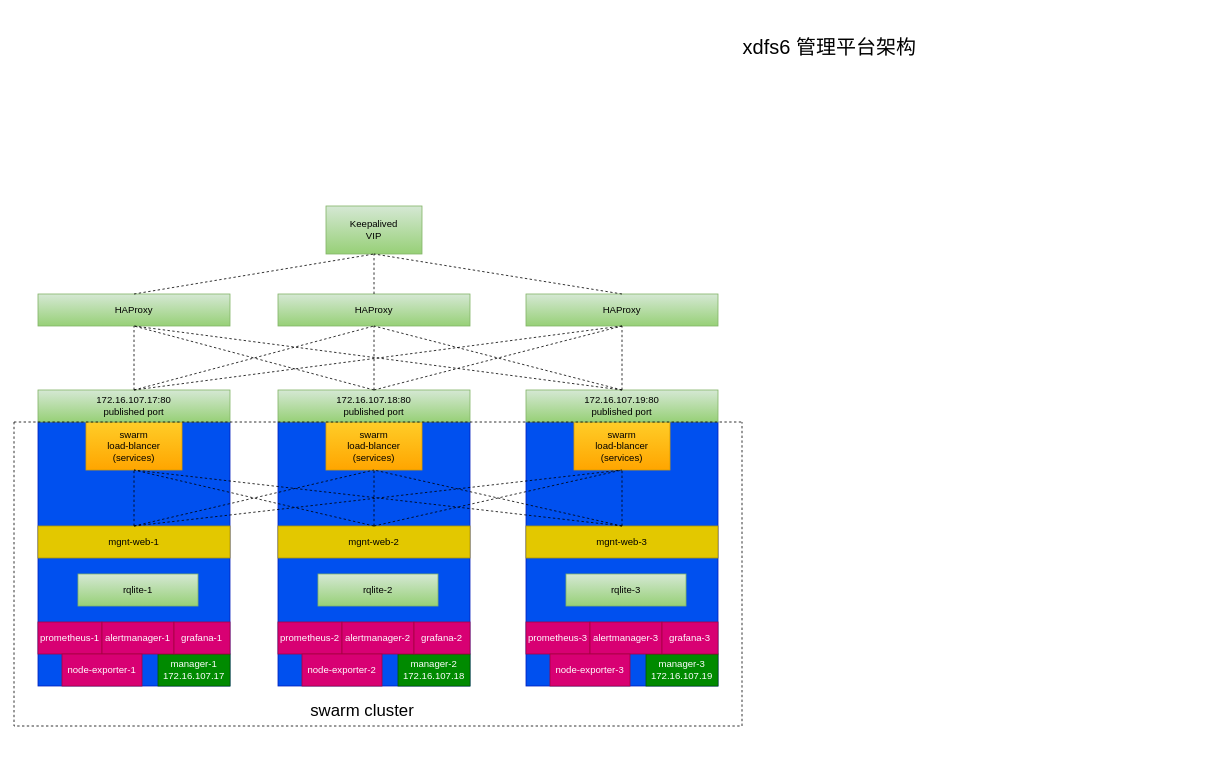
The draw.io diagram xdfs6架构.drawio in yihezhou/diagrams, before the edit. Source tidied: cells renumbered, new cells numbered last; positions are measured from the earlier drawing's top-left corner, leaving out a move shared by most shapes. Both pictures are drawn from the tidied source at 80%, with x=0, y=0 at pixel (14, 30).
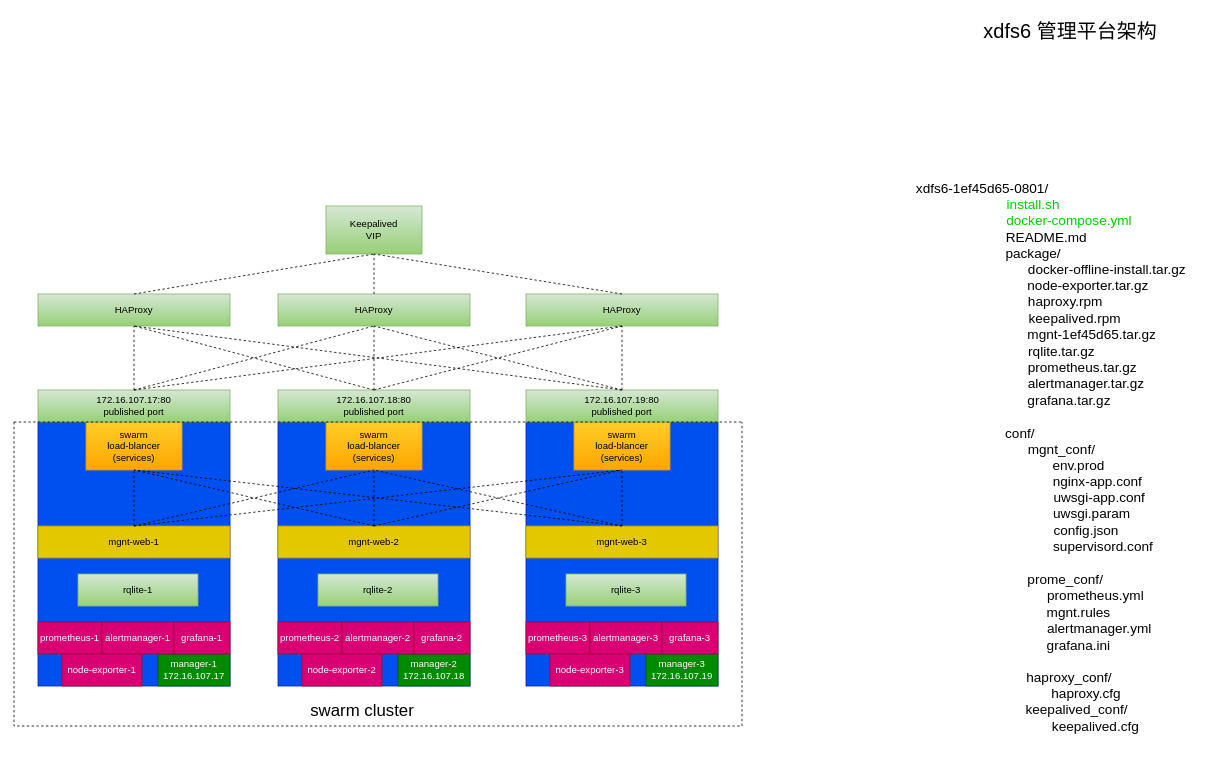
The same diagram, later.

The edit, as a diff of the source:
```diff
@@
     <mxCell id="2" value="xdfs6 管理平台架构" style="text;html=1;align=center;verticalAlign=middle;strokeColor=none;fillColor=none;fontSize=25;" parent="1" vertex="1">
-      <mxGeometry x="899" width="240" height="40" as="geometry" />
+      <mxGeometry x="1200" y="-20" width="240" height="40" as="geometry" />
     </mxCell>
@@
+    <mxCell id="60" value="xdfs6-1ef45d65-0801/&lt;br style=&quot;font-size: 17px;&quot;&gt;&amp;nbsp; &amp;nbsp; &amp;nbsp; &amp;nbsp; &amp;nbsp; &amp;nbsp; &amp;nbsp; &amp;nbsp; &amp;nbsp; &amp;nbsp; &amp;nbsp; &amp;nbsp; &amp;nbsp; &lt;font color=&quot;#00cc00&quot; style=&quot;font-size: 17px;&quot;&gt;&amp;nbsp;install.sh&lt;br style=&quot;font-size: 17px;&quot;&gt;&amp;nbsp; &amp;nbsp; &amp;nbsp; &amp;nbsp; &amp;nbsp; &amp;nbsp; &amp;nbsp; &amp;nbsp; &amp;nbsp; &amp;nbsp; &amp;nbsp; &amp;nbsp; &amp;nbsp; &amp;nbsp; &amp;nbsp; &amp;nbsp; &amp;nbsp; &amp;nbsp; &amp;nbsp; &amp;nbsp; &amp;nbsp; &amp;nbsp; &amp;nbsp; docker-compose.yml&lt;br&gt;&lt;/font&gt;&amp;nbsp; &amp;nbsp; &amp;nbsp; &amp;nbsp; &amp;nbsp; &amp;nbsp; &amp;nbsp; &amp;nbsp; &amp;nbsp; &amp;nbsp; &amp;nbsp; &amp;nbsp; &amp;nbsp; &amp;nbsp; &amp;nbsp; &amp;nbsp; &amp;nbsp; README.md&lt;br style=&quot;font-size: 17px;&quot;&gt;&amp;nbsp; &amp;nbsp; &amp;nbsp; &amp;nbsp; &amp;nbsp; &amp;nbsp; &amp;nbsp; &amp;nbsp; &amp;nbsp; &amp;nbsp; &amp;nbsp; &amp;nbsp; &amp;nbsp; &amp;nbsp;package/&lt;br style=&quot;font-size: 17px;&quot;&gt;&amp;nbsp; &amp;nbsp; &amp;nbsp; &amp;nbsp; &amp;nbsp; &amp;nbsp; &amp;nbsp; &amp;nbsp; &amp;nbsp; &amp;nbsp; &amp;nbsp; &amp;nbsp; &amp;nbsp; &amp;nbsp; &amp;nbsp; &amp;nbsp; &amp;nbsp; &amp;nbsp; &amp;nbsp; &amp;nbsp; &amp;nbsp; &amp;nbsp; &amp;nbsp; &amp;nbsp; &amp;nbsp; &amp;nbsp; &amp;nbsp; &amp;nbsp; &amp;nbsp; &amp;nbsp; &amp;nbsp; &amp;nbsp; &amp;nbsp; docker-offline-install.tar.gz&lt;br style=&quot;font-size: 17px;&quot;&gt;&amp;nbsp; &amp;nbsp; &amp;nbsp; &amp;nbsp; &amp;nbsp; &amp;nbsp; &amp;nbsp; &amp;nbsp; &amp;nbsp; &amp;nbsp; &amp;nbsp; &amp;nbsp; &amp;nbsp; &amp;nbsp; &amp;nbsp; &amp;nbsp; &amp;nbsp; &amp;nbsp; &amp;nbsp; &amp;nbsp; &amp;nbsp; &amp;nbsp; &amp;nbsp; &amp;nbsp; &amp;nbsp; &amp;nbsp; &amp;nbsp; &amp;nbsp; node-exporter.tar.gz&lt;br style=&quot;font-size: 17px;&quot;&gt;&amp;nbsp; &amp;nbsp; &amp;nbsp; &amp;nbsp; &amp;nbsp; &amp;nbsp; &amp;nbsp; &amp;nbsp; &amp;nbsp; &amp;nbsp; &amp;nbsp; &amp;nbsp; &amp;nbsp; &amp;nbsp; &amp;nbsp; &amp;nbsp; &amp;nbsp; &amp;nbsp; &amp;nbsp; &amp;nbsp; &amp;nbsp; &amp;nbsp; haproxy.rpm&lt;br style=&quot;font-size: 17px;&quot;&gt;&amp;nbsp; &amp;nbsp; &amp;nbsp; &amp;nbsp; &amp;nbsp; &amp;nbsp; &amp;nbsp; &amp;nbsp; &amp;nbsp; &amp;nbsp; &amp;nbsp; &amp;nbsp; &amp;nbsp; &amp;nbsp; &amp;nbsp; &amp;nbsp; &amp;nbsp; &amp;nbsp; &amp;nbsp; &amp;nbsp; &amp;nbsp; &amp;nbsp; &amp;nbsp; &amp;nbsp; &amp;nbsp;keepalived.rpm&lt;br style=&quot;font-size: 17px;&quot;&gt;&amp;nbsp; &amp;nbsp; &amp;nbsp; &amp;nbsp; &amp;nbsp; &amp;nbsp; &amp;nbsp; &amp;nbsp; &amp;nbsp; &amp;nbsp; &amp;nbsp; &amp;nbsp; &amp;nbsp; &amp;nbsp; &amp;nbsp; &amp;nbsp; &amp;nbsp; &amp;nbsp; &amp;nbsp; &amp;nbsp; &amp;nbsp; &amp;nbsp; &amp;nbsp; &amp;nbsp; &amp;nbsp; &amp;nbsp; &amp;nbsp; &amp;nbsp; &amp;nbsp; mgnt-1ef45d65.tar.gz&lt;br style=&quot;font-size: 17px;&quot;&gt;&amp;nbsp; &amp;nbsp; &amp;nbsp; &amp;nbsp; &amp;nbsp; &amp;nbsp; &amp;nbsp; &amp;nbsp; &amp;nbsp; &amp;nbsp; &amp;nbsp; &amp;nbsp; &amp;nbsp; &amp;nbsp; &amp;nbsp; &amp;nbsp; &amp;nbsp; &amp;nbsp; &amp;nbsp; &amp;nbsp; &amp;nbsp; rqlite.tar.gz&lt;br style=&quot;font-size: 17px;&quot;&gt;&amp;nbsp; &amp;nbsp; &amp;nbsp; &amp;nbsp; &amp;nbsp; &amp;nbsp; &amp;nbsp; &amp;nbsp; &amp;nbsp; &amp;nbsp; &amp;nbsp; &amp;nbsp; &amp;nbsp; &amp;nbsp; &amp;nbsp; &amp;nbsp; &amp;nbsp; &amp;nbsp; &amp;nbsp; &amp;nbsp; &amp;nbsp; &amp;nbsp; &amp;nbsp; &amp;nbsp; &amp;nbsp; &amp;nbsp; &amp;nbsp;prometheus.tar.gz&lt;br style=&quot;font-size: 17px;&quot;&gt;&amp;nbsp; &amp;nbsp; &amp;nbsp; &amp;nbsp; &amp;nbsp; &amp;nbsp; &amp;nbsp; &amp;nbsp; &amp;nbsp; &amp;nbsp; &amp;nbsp; &amp;nbsp; &amp;nbsp; &amp;nbsp; &amp;nbsp; &amp;nbsp; &amp;nbsp; &amp;nbsp; &amp;nbsp; &amp;nbsp; &amp;nbsp; &amp;nbsp; &amp;nbsp; &amp;nbsp; &amp;nbsp; &amp;nbsp; &amp;nbsp; &amp;nbsp;alertmanager.tar.gz&lt;br style=&quot;font-size: 17px;&quot;&gt;&amp;nbsp; &amp;nbsp; &amp;nbsp; &amp;nbsp; &amp;nbsp; &amp;nbsp; &amp;nbsp; &amp;nbsp; &amp;nbsp; &amp;nbsp; &amp;nbsp; &amp;nbsp; &amp;nbsp; &amp;nbsp; &amp;nbsp; &amp;nbsp; &amp;nbsp; &amp;nbsp; &amp;nbsp; &amp;nbsp; &amp;nbsp; &amp;nbsp; &amp;nbsp; grafana.tar.gz&lt;br style=&quot;font-size: 17px;&quot;&gt;&amp;nbsp; &amp;nbsp; &amp;nbsp; &amp;nbsp; &amp;nbsp; &amp;nbsp; &amp;nbsp; &amp;nbsp; &amp;nbsp; &amp;nbsp; &amp;nbsp; &amp;nbsp;&amp;nbsp;&lt;br style=&quot;font-size: 17px;&quot;&gt;&amp;nbsp; &amp;nbsp; &amp;nbsp; &amp;nbsp; &amp;nbsp; &amp;nbsp; &amp;nbsp; &amp;nbsp; &amp;nbsp; &amp;nbsp; conf/&lt;br style=&quot;font-size: 17px;&quot;&gt;&amp;nbsp; &amp;nbsp; &amp;nbsp; &amp;nbsp; &amp;nbsp; &amp;nbsp; &amp;nbsp; &amp;nbsp; &amp;nbsp; &amp;nbsp; &amp;nbsp; &amp;nbsp; &amp;nbsp; &amp;nbsp; &amp;nbsp; &amp;nbsp; &amp;nbsp; &amp;nbsp; &amp;nbsp; &amp;nbsp; &amp;nbsp; mgnt_conf/&lt;br&gt;&amp;nbsp; &amp;nbsp; &amp;nbsp; &amp;nbsp; &amp;nbsp; &amp;nbsp; &amp;nbsp; &amp;nbsp; &amp;nbsp; &amp;nbsp; &amp;nbsp; &amp;nbsp; &amp;nbsp; &amp;nbsp; &amp;nbsp; &amp;nbsp; &amp;nbsp; &amp;nbsp; &amp;nbsp; &amp;nbsp; &amp;nbsp; &amp;nbsp; &amp;nbsp; &amp;nbsp; &amp;nbsp; &amp;nbsp;env.prod&lt;br style=&quot;font-size: 17px;&quot;&gt;&amp;nbsp; &amp;nbsp; &amp;nbsp; &amp;nbsp; &amp;nbsp; &amp;nbsp; &amp;nbsp; &amp;nbsp; &amp;nbsp; &amp;nbsp; &amp;nbsp; &amp;nbsp; &amp;nbsp; &amp;nbsp; &amp;nbsp; &amp;nbsp; &amp;nbsp; &amp;nbsp; &amp;nbsp; &amp;nbsp; &amp;nbsp; &amp;nbsp; &amp;nbsp; &amp;nbsp; &amp;nbsp; &amp;nbsp; &amp;nbsp; &amp;nbsp; &amp;nbsp; &amp;nbsp; &amp;nbsp;nginx-app.conf&lt;br style=&quot;font-size: 17px;&quot;&gt;&amp;nbsp; &amp;nbsp; &amp;nbsp; &amp;nbsp; &amp;nbsp; &amp;nbsp; &amp;nbsp; &amp;nbsp; &amp;nbsp; &amp;nbsp; &amp;nbsp; &amp;nbsp; &amp;nbsp; &amp;nbsp; &amp;nbsp; &amp;nbsp; &amp;nbsp; &amp;nbsp; &amp;nbsp; &amp;nbsp; &amp;nbsp; &amp;nbsp; &amp;nbsp; &amp;nbsp; &amp;nbsp; &amp;nbsp; &amp;nbsp; &amp;nbsp; &amp;nbsp; &amp;nbsp; &amp;nbsp; uwsgi-app.conf&lt;br style=&quot;font-size: 17px;&quot;&gt;&amp;nbsp; &amp;nbsp; &amp;nbsp; &amp;nbsp; &amp;nbsp; &amp;nbsp; &amp;nbsp; &amp;nbsp; &amp;nbsp; &amp;nbsp; &amp;nbsp; &amp;nbsp; &amp;nbsp; &amp;nbsp; &amp;nbsp; &amp;nbsp; &amp;nbsp; &amp;nbsp; &amp;nbsp; &amp;nbsp; &amp;nbsp; &amp;nbsp; &amp;nbsp; &amp;nbsp; &amp;nbsp; &amp;nbsp; &amp;nbsp; &amp;nbsp; &amp;nbsp; uwsgi.param&lt;br style=&quot;font-size: 17px;&quot;&gt;&amp;nbsp; &amp;nbsp; &amp;nbsp; &amp;nbsp; &amp;nbsp; &amp;nbsp; &amp;nbsp; &amp;nbsp; &amp;nbsp; &amp;nbsp; &amp;nbsp; &amp;nbsp; &amp;nbsp; &amp;nbsp; &amp;nbsp; &amp;nbsp; &amp;nbsp; &amp;nbsp; &amp;nbsp; &amp;nbsp; &amp;nbsp; &amp;nbsp; &amp;nbsp; &amp;nbsp; &amp;nbsp; &amp;nbsp; &amp;nbsp; &amp;nbsp;config.json&lt;br style=&quot;font-size: 17px;&quot;&gt;&amp;nbsp; &amp;nbsp; &amp;nbsp; &amp;nbsp; &amp;nbsp; &amp;nbsp; &amp;nbsp; &amp;nbsp; &amp;nbsp; &amp;nbsp; &amp;nbsp; &amp;nbsp; &amp;nbsp; &amp;nbsp; &amp;nbsp; &amp;nbsp; &amp;nbsp; &amp;nbsp; &amp;nbsp; &amp;nbsp; &amp;nbsp; &amp;nbsp; &amp;nbsp; &amp;nbsp; &amp;nbsp; &amp;nbsp; &amp;nbsp; &amp;nbsp; &amp;nbsp; &amp;nbsp; &amp;nbsp; &amp;nbsp; supervisord.conf&lt;br style=&quot;font-size: 17px;&quot;&gt;&amp;nbsp; &amp;nbsp; &amp;nbsp; &amp;nbsp; &amp;nbsp; &amp;nbsp; &amp;nbsp; &amp;nbsp; &amp;nbsp;&lt;br style=&quot;font-size: 17px;&quot;&gt;&amp;nbsp; &amp;nbsp; &amp;nbsp; &amp;nbsp; &amp;nbsp; &amp;nbsp; &amp;nbsp; &amp;nbsp; &amp;nbsp; &amp;nbsp; &amp;nbsp; &amp;nbsp; &amp;nbsp; &amp;nbsp; &amp;nbsp; &amp;nbsp; &amp;nbsp; &amp;nbsp; &amp;nbsp; &amp;nbsp; &amp;nbsp; &amp;nbsp; prome_conf/&lt;br style=&quot;font-size: 17px;&quot;&gt;&amp;nbsp; &amp;nbsp; &amp;nbsp; &amp;nbsp; &amp;nbsp; &amp;nbsp; &amp;nbsp; &amp;nbsp; &amp;nbsp; &amp;nbsp; &amp;nbsp; &amp;nbsp; &amp;nbsp; &amp;nbsp; &amp;nbsp; &amp;nbsp; &amp;nbsp; &amp;nbsp; &amp;nbsp; &amp;nbsp; &amp;nbsp; &amp;nbsp; &amp;nbsp; &amp;nbsp; &amp;nbsp; &amp;nbsp; &amp;nbsp; &amp;nbsp; &amp;nbsp; &amp;nbsp; prometheus.yml&lt;br style=&quot;font-size: 17px;&quot;&gt;&amp;nbsp; &amp;nbsp; &amp;nbsp; &amp;nbsp; &amp;nbsp; &amp;nbsp; &amp;nbsp; &amp;nbsp; &amp;nbsp; &amp;nbsp; &amp;nbsp; &amp;nbsp; &amp;nbsp; &amp;nbsp; &amp;nbsp; &amp;nbsp; &amp;nbsp; &amp;nbsp; &amp;nbsp; &amp;nbsp; &amp;nbsp; &amp;nbsp; &amp;nbsp; &amp;nbsp; &amp;nbsp; &amp;nbsp;mgnt.rules&lt;br style=&quot;font-size: 17px;&quot;&gt;&amp;nbsp; &amp;nbsp; &amp;nbsp; &amp;nbsp; &amp;nbsp; &amp;nbsp; &amp;nbsp; &amp;nbsp; &amp;nbsp; &amp;nbsp; &amp;nbsp; &amp;nbsp; &amp;nbsp; &amp;nbsp; &amp;nbsp; &amp;nbsp; &amp;nbsp; &amp;nbsp; &amp;nbsp; &amp;nbsp; &amp;nbsp; &amp;nbsp; &amp;nbsp; &amp;nbsp; &amp;nbsp; &amp;nbsp; &amp;nbsp; &amp;nbsp; &amp;nbsp; &amp;nbsp; &amp;nbsp; alertmanager.yml&lt;br style=&quot;font-size: 17px;&quot;&gt;&amp;nbsp; &amp;nbsp; &amp;nbsp; &amp;nbsp; &amp;nbsp; &amp;nbsp; &amp;nbsp; &amp;nbsp; &amp;nbsp; &amp;nbsp; &amp;nbsp; &amp;nbsp; &amp;nbsp; &amp;nbsp; &amp;nbsp; &amp;nbsp; &amp;nbsp; &amp;nbsp; &amp;nbsp; &amp;nbsp; &amp;nbsp; &amp;nbsp; &amp;nbsp; &amp;nbsp; &amp;nbsp; &amp;nbsp;grafana.ini&lt;br style=&quot;font-size: 17px;&quot;&gt;&amp;nbsp; &amp;nbsp; &amp;nbsp; &amp;nbsp; &amp;nbsp; &amp;nbsp; &amp;nbsp; &amp;nbsp; &amp;nbsp; &amp;nbsp; &amp;nbsp; &amp;nbsp; &amp;nbsp; &amp;nbsp; &amp;nbsp; &amp;nbsp; &amp;nbsp; &amp;nbsp; &amp;nbsp; &amp;nbsp; &amp;nbsp; &amp;nbsp; &amp;nbsp; &amp;nbsp;&amp;nbsp;&lt;br style=&quot;font-size: 17px;&quot;&gt;&amp;nbsp; &amp;nbsp; &amp;nbsp; &amp;nbsp; &amp;nbsp; &amp;nbsp; &amp;nbsp; &amp;nbsp; &amp;nbsp; &amp;nbsp; &amp;nbsp; &amp;nbsp; &amp;nbsp; &amp;nbsp; &amp;nbsp; &amp;nbsp; &amp;nbsp; &amp;nbsp; &amp;nbsp; &amp;nbsp; &amp;nbsp; &amp;nbsp; &amp;nbsp; haproxy_conf/&lt;br style=&quot;font-size: 17px;&quot;&gt;&amp;nbsp; &amp;nbsp; &amp;nbsp; &amp;nbsp; &amp;nbsp; &amp;nbsp; &amp;nbsp; &amp;nbsp; &amp;nbsp; &amp;nbsp; &amp;nbsp; &amp;nbsp; &amp;nbsp; &amp;nbsp; &amp;nbsp; &amp;nbsp; &amp;nbsp; &amp;nbsp; &amp;nbsp; &amp;nbsp; &amp;nbsp; &amp;nbsp; &amp;nbsp; &amp;nbsp; &amp;nbsp; &amp;nbsp; &amp;nbsp; &amp;nbsp;haproxy.cfg&lt;br style=&quot;font-size: 17px;&quot;&gt;&amp;nbsp; &amp;nbsp; &amp;nbsp; &amp;nbsp; &amp;nbsp; &amp;nbsp; &amp;nbsp; &amp;nbsp; &amp;nbsp; &amp;nbsp; &amp;nbsp; &amp;nbsp; &amp;nbsp; &amp;nbsp; &amp;nbsp; &amp;nbsp; &amp;nbsp; &amp;nbsp; &amp;nbsp; &amp;nbsp; &amp;nbsp; &amp;nbsp; &amp;nbsp; &amp;nbsp; &amp;nbsp; keepalived_conf/&lt;br style=&quot;font-size: 17px;&quot;&gt;&amp;nbsp; &amp;nbsp; &amp;nbsp; &amp;nbsp; &amp;nbsp; &amp;nbsp; &amp;nbsp; &amp;nbsp; &amp;nbsp; &amp;nbsp; &amp;nbsp; &amp;nbsp; &amp;nbsp; &amp;nbsp; &amp;nbsp; &amp;nbsp; &amp;nbsp; &amp;nbsp; &amp;nbsp; &amp;nbsp; &amp;nbsp; &amp;nbsp; &amp;nbsp; &amp;nbsp; &amp;nbsp; &amp;nbsp; &amp;nbsp; &amp;nbsp; &amp;nbsp; &amp;nbsp; keepalived.cfg&lt;br style=&quot;font-size: 17px;&quot;&gt;&amp;nbsp; &amp;nbsp; &amp;nbsp; &amp;nbsp; &amp;nbsp; &amp;nbsp; &amp;nbsp; &amp;nbsp; &amp;nbsp; &amp;nbsp; &amp;nbsp; &amp;nbsp; &amp;nbsp; &amp;nbsp; &amp;nbsp; &amp;nbsp; &amp;nbsp; &amp;nbsp; &amp;nbsp;&amp;nbsp;" style="text;html=1;align=center;verticalAlign=middle;strokeColor=none;fillColor=none;fontSize=17;" parent="1" vertex="1">
+      <mxGeometry x="945" y="180" width="530" height="730" as="geometry" />
+    </mxCell>
```
